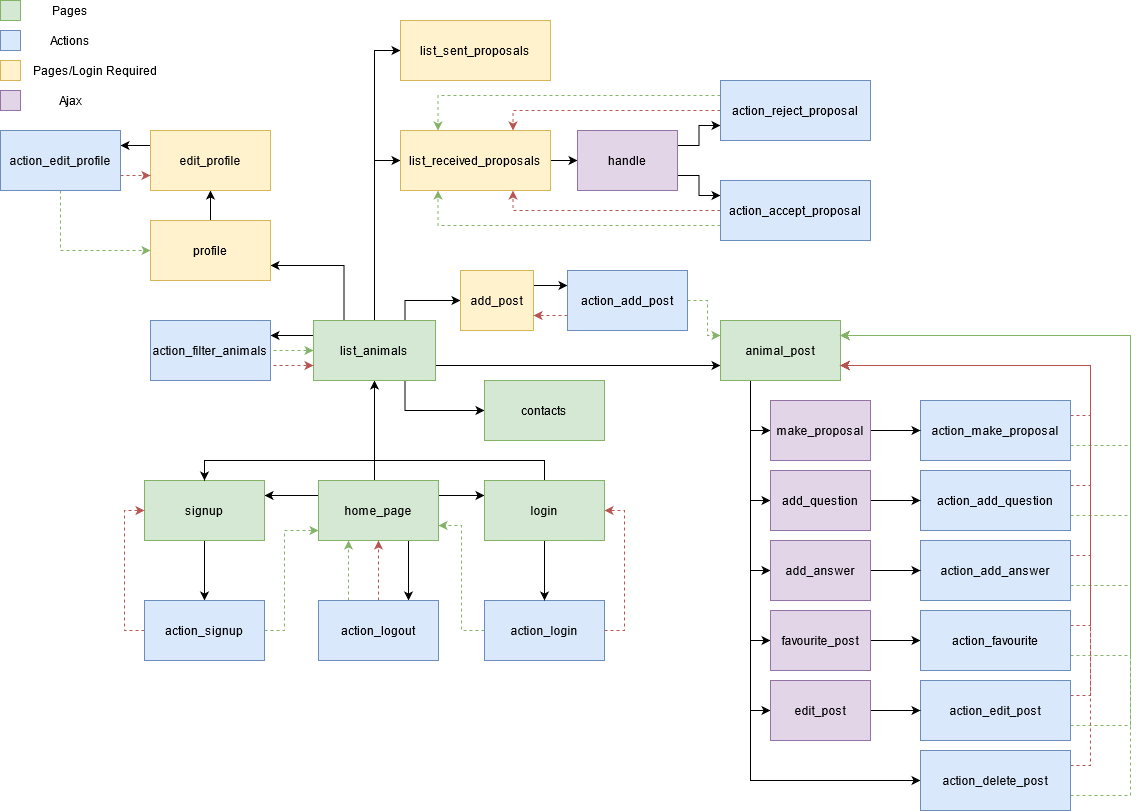
Earlier version of the draw.io export documentation/navigation_diagram.png (JoaoCostaIFG/LTW). Source tidied: cells renumbered, new cells last; positions are measured from the earlier drawing's top-left corner, leaving out a move shared by most shapes.
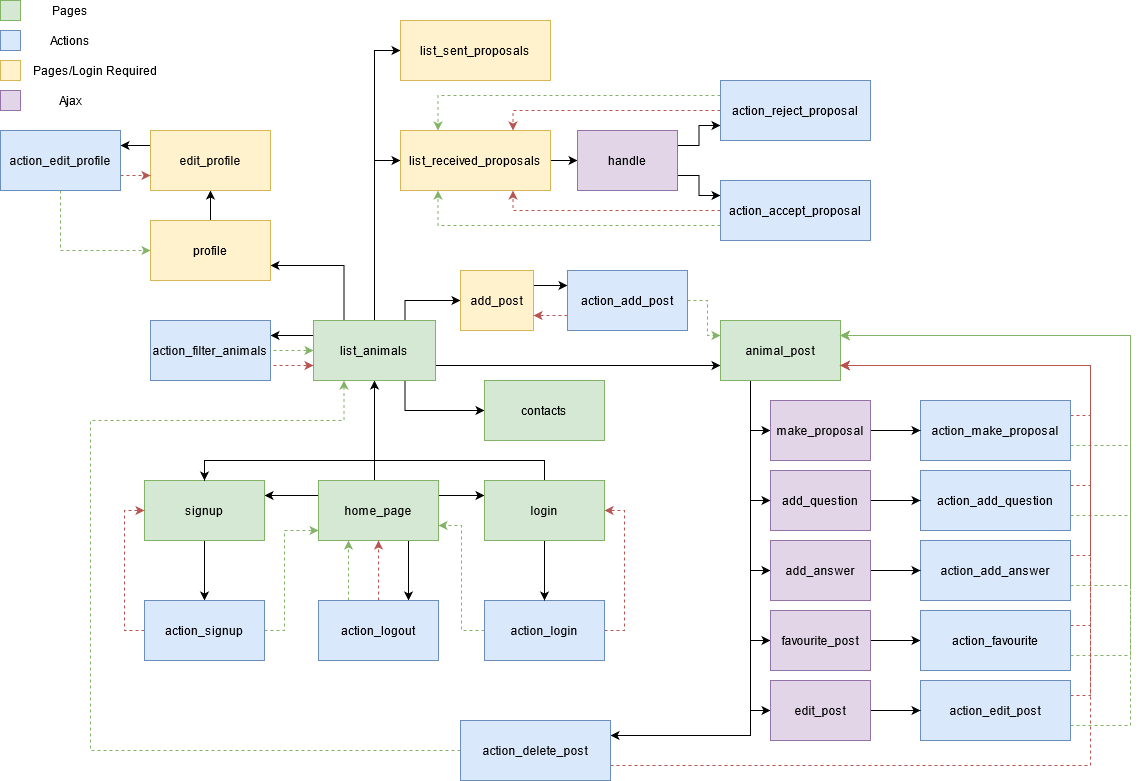
Above is the later version.

Commit message:
Updated navigation diagram

The edit, as a diff of the source:
```diff
@@ -132,7 +132,7 @@
     <mxCell id="33" style="edgeStyle=orthogonalEdgeStyle;rounded=0;jettySize=auto;html=1;exitX=0.25;exitY=1;exitDx=0;exitDy=0;entryX=0;entryY=0.5;entryDx=0;entryDy=0;" parent="1" edge="1" source="35" target="76">
       <mxGeometry relative="1" as="geometry" />
     </mxCell>
-    <mxCell id="34" style="edgeStyle=orthogonalEdgeStyle;rounded=0;jettySize=auto;html=1;exitX=0.25;exitY=1;exitDx=0;exitDy=0;entryX=0;entryY=0.5;entryDx=0;entryDy=0;" parent="1" edge="1" source="35" target="79">
+    <mxCell id="34" style="edgeStyle=orthogonalEdgeStyle;rounded=0;jettySize=auto;html=1;exitX=0.25;exitY=1;exitDx=0;exitDy=0;entryX=1;entryY=0.25;entryDx=0;entryDy=0;" parent="1" edge="1" source="35" target="79">
       <mxGeometry relative="1" as="geometry" />
     </mxCell>
     <mxCell id="35" value="animal_post" style="rounded=0;whiteSpace=wrap;html=1;fillColor=#d5e8d4;strokeColor=#82b366;" parent="1" vertex="1">
@@ -295,19 +295,25 @@
     <mxCell id="76" value="edit_post" style="rounded=0;whiteSpace=wrap;html=1;fillColor=#e1d5e7;strokeColor=#9673a6;" parent="1" vertex="1">
       <mxGeometry x="770" y="680" width="100" height="60" as="geometry" />
     </mxCell>
-    <mxCell id="77" style="edgeStyle=orthogonalEdgeStyle;rounded=0;jettySize=auto;html=1;exitX=1;exitY=0.75;exitDx=0;exitDy=0;entryX=1;entryY=0.25;entryDx=0;entryDy=0;fillColor=#d5e8d4;strokeColor=#82b366;dashed=1;" parent="1" edge="1" source="79" target="35">
+    <mxCell id="77" style="edgeStyle=orthogonalEdgeStyle;rounded=0;jettySize=auto;html=1;exitX=0;exitY=0.5;exitDx=0;exitDy=0;entryX=0.25;entryY=1;entryDx=0;entryDy=0;fillColor=#d5e8d4;strokeColor=#82b366;dashed=1;" parent="1" edge="1" source="79" target="25">
       <mxGeometry relative="1" as="geometry">
         <Array as="points">
-          <mxPoint x="1130" y="795" />
-          <mxPoint x="1130" y="335" />
+          <mxPoint x="90" y="750" />
+          <mxPoint x="90" y="420" />
+          <mxPoint x="344" y="420" />
         </Array>
       </mxGeometry>
     </mxCell>
-    <mxCell id="78" style="edgeStyle=orthogonalEdgeStyle;rounded=0;jettySize=auto;html=1;exitX=1;exitY=0.25;exitDx=0;exitDy=0;entryX=1;entryY=0.75;entryDx=0;entryDy=0;dashed=1;fillColor=#f8cecc;strokeColor=#b85450;" parent="1" edge="1" source="79" target="35">
-      <mxGeometry relative="1" as="geometry" />
+    <mxCell id="78" style="edgeStyle=orthogonalEdgeStyle;rounded=0;jettySize=auto;html=1;exitX=1;exitY=0.75;exitDx=0;exitDy=0;entryX=1;entryY=0.75;entryDx=0;entryDy=0;dashed=1;fillColor=#f8cecc;strokeColor=#b85450;" parent="1" edge="1" source="79" target="35">
+      <mxGeometry relative="1" as="geometry">
+        <Array as="points">
+          <mxPoint x="1090" y="765" />
+          <mxPoint x="1090" y="365" />
+        </Array>
+      </mxGeometry>
     </mxCell>
     <mxCell id="79" value="action_delete_post" style="rounded=0;whiteSpace=wrap;html=1;fillColor=#dae8fc;strokeColor=#6c8ebf;" parent="1" vertex="1">
-      <mxGeometry x="920" y="750" width="150" height="60" as="geometry" />
+      <mxGeometry x="460" y="720" width="150" height="60" as="geometry" />
     </mxCell>
     <mxCell id="80" style="edgeStyle=orthogonalEdgeStyle;rounded=0;jettySize=auto;html=1;exitX=0.5;exitY=0;exitDx=0;exitDy=0;entryX=0.5;entryY=1;entryDx=0;entryDy=0;" parent="1" edge="1" source="81" target="83">
       <mxGeometry relative="1" as="geometry" />
```
